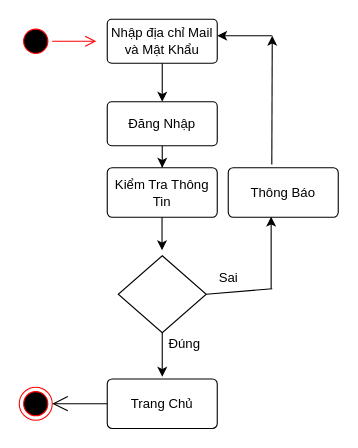
This is page "DangNhap" (1 of 14) of hoatdong.drawio from phamhieudev/BatDongSan, a draw.io file, before an edit. Source tidied: cells renumbered, new cells numbered last; positions are measured from the earlier drawing's top-left corner, leaving out a move shared by most shapes. Both pictures are drawn from the tidied source at 110%, with x=0, y=0 at pixel (19, 19).
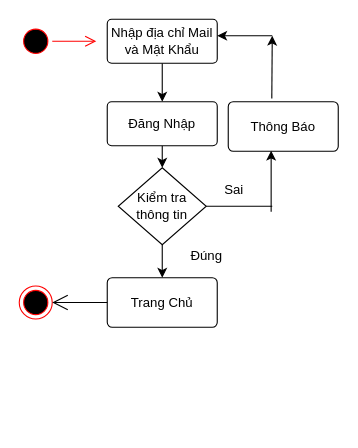
After the change.

Unchanged cells that the change refers to:
```xml
<mxCell id="7" value="Đăng Nhập" style="rounded=1;arcSize=10;whiteSpace=wrap;html=1;align=center;" parent="1" vertex="1">
  <mxGeometry x="80" y="75" width="100" height="40" as="geometry" />
</mxCell>
```

Diff of the diagram source:
```diff
@@
-    <mxCell id="6" style="edgeStyle=orthogonalEdgeStyle;rounded=0;jettySize=auto;html=1;entryX=0.5;entryY=0;entryDx=0;entryDy=0;" parent="1" edge="1" source="7" target="8">
-      <mxGeometry relative="1" as="geometry" />
+    <mxCell id="6" style="edgeStyle=orthogonalEdgeStyle;rounded=0;jettySize=auto;html=1;entryX=0.5;entryY=0;entryDx=0;entryDy=0;" parent="1" edge="1" source="7">
+      <mxGeometry relative="1" as="geometry">
+        <mxPoint x="130" y="135" as="targetPoint" />
+      </mxGeometry>
     </mxCell>
@@
-    <mxCell id="8" value="Kiểm Tra Thông Tin" style="rounded=1;arcSize=10;whiteSpace=wrap;html=1;align=center;" parent="1" vertex="1">
-      <mxGeometry x="80" y="135" width="100" height="45" as="geometry" />
-    </mxCell>
-    <mxCell id="9" style="rhombus;whiteSpace=wrap;html=1;" parent="1" vertex="1">
-      <mxGeometry x="90" y="215" width="80" height="70" as="geometry" />
+    <mxCell id="9" value="Kiểm tra thông tin" style="rhombus;whiteSpace=wrap;html=1;" parent="1" vertex="1">
+      <mxGeometry x="90" y="135" width="80" height="70" as="geometry" />
     </mxCell>
-    <mxCell id="10" style="endArrow=classic;html=1;" parent="1" edge="1">
-      <mxGeometry relative="1" as="geometry">
-        <mxPoint x="129.8" y="180" as="sourcePoint" />
-        <mxPoint x="129.8" y="210" as="targetPoint" />
-      </mxGeometry>
-    </mxCell>
     <mxCell id="11" style="endArrow=none;html=1;exitX=1;exitY=0.5;exitDx=0;exitDy=0;" parent="1" edge="1" source="9">
       <mxGeometry relative="1" as="geometry">
-        <mxPoint x="230" y="245" as="targetPoint" />
+        <mxPoint x="230" y="170" as="targetPoint" />
       </mxGeometry>
     </mxCell>
@@
     <mxCell id="13" value="Thông Báo" style="rounded=1;arcSize=10;whiteSpace=wrap;html=1;align=center;" parent="1" vertex="1">
-      <mxGeometry x="190" y="135" width="100" height="45" as="geometry" />
+      <mxGeometry x="190" y="75" width="100" height="45" as="geometry" />
     </mxCell>
     <mxCell id="14" style="endArrow=classic;html=1;entryX=0.39;entryY=0.989;entryDx=0;entryDy=0;entryPerimeter=0;" parent="1" edge="1" target="13">
       <mxGeometry relative="1" as="geometry">
-        <mxPoint x="229" y="245" as="sourcePoint" />
+        <mxPoint x="229" y="175" as="sourcePoint" />
       </mxGeometry>
     </mxCell>
@@
     <mxCell id="16" value="Trang Chủ" style="rounded=1;arcSize=10;whiteSpace=wrap;html=1;align=center;" parent="1" vertex="1">
-      <mxGeometry x="80" y="327" width="100" height="45" as="geometry" />
+      <mxGeometry x="80" y="235" width="100" height="45" as="geometry" />
     </mxCell>
     <mxCell id="17" style="endArrow=classic;html=1;exitX=0.5;exitY=1;exitDx=0;exitDy=0;" parent="1" edge="1" source="9">
       <mxGeometry relative="1" as="geometry">
-        <mxPoint x="130" y="325" as="targetPoint" />
+        <mxPoint x="130" y="235" as="targetPoint" />
       </mxGeometry>
     </mxCell>
     <mxCell id="18" style="ellipse;html=1;shape=endState;fillColor=#000000;strokeColor=#ff0000;" parent="1" vertex="1">
-      <mxGeometry y="334.5" width="30" height="30" as="geometry" />
+      <mxGeometry y="242.5" width="30" height="30" as="geometry" />
     </mxCell>
@@
     <mxCell id="20" value="Sai" style="text;html=1;align=center;verticalAlign=middle;" parent="1" vertex="1">
-      <mxGeometry x="175" y="225" width="30" height="20" as="geometry" />
+      <mxGeometry x="180" y="145" width="30" height="20" as="geometry" />
     </mxCell>
     <mxCell id="21" value="Đúng" style="text;html=1;align=center;verticalAlign=middle;" parent="1" vertex="1">
-      <mxGeometry x="130" y="285" width="40" height="20" as="geometry" />
+      <mxGeometry x="150" y="205" width="40" height="20" as="geometry" />
     </mxCell>
```
